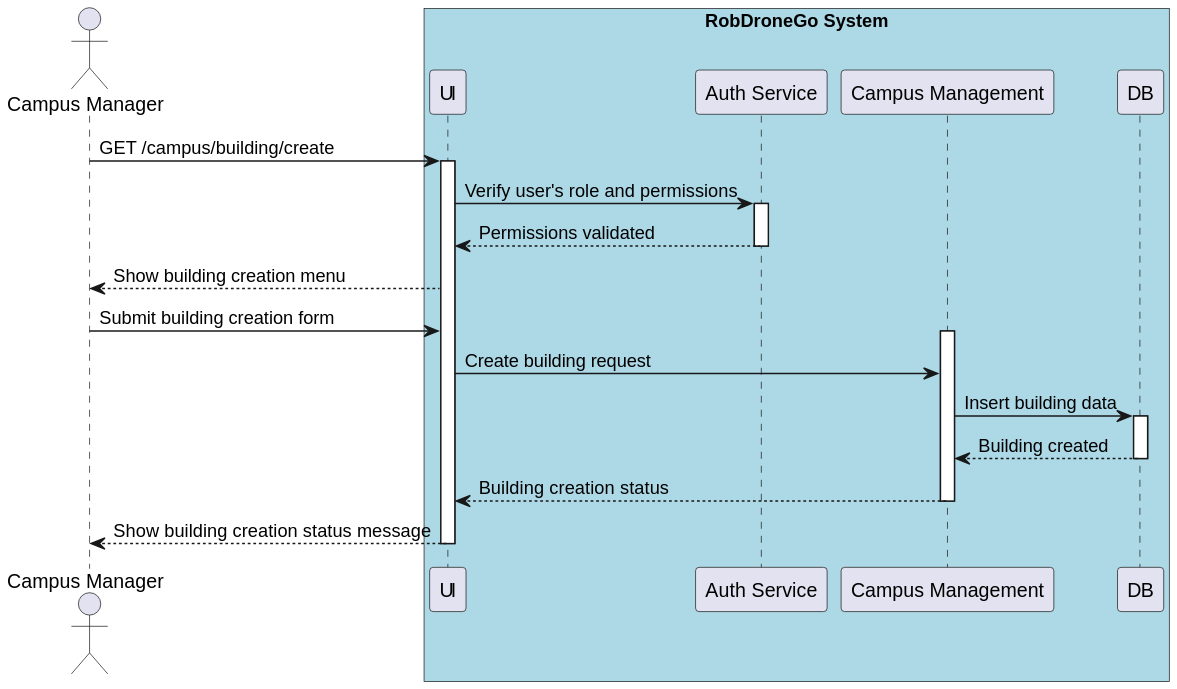
Earlier version of the PlantUML export docs/US/ID-1160/SD Lv2.svg (winqus/RobDroneGo).
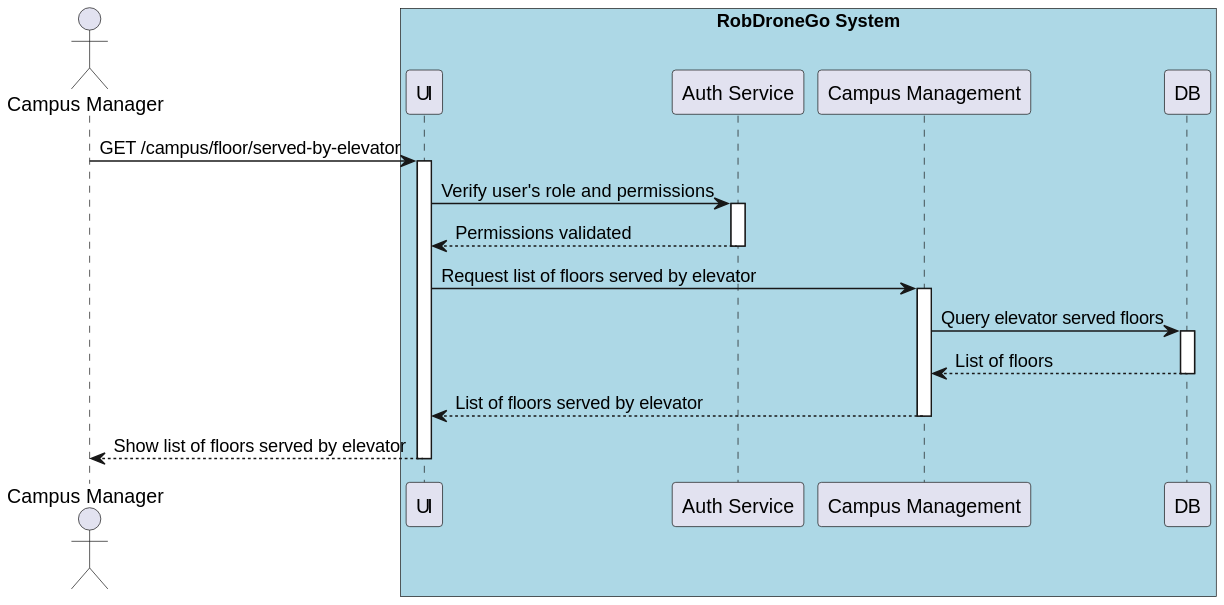
Above is the later version.

Diff of the diagram source:
```diff
@@ -8,7 +8,7 @@
     participant "DB" as DB
 end box
 
-user -> UI : GET /campus/building/create
+user -> UI : GET /campus/floor/served-by-elevator
 
 activate UI
 UI -> Auth : Verify user's role and permissions
@@ -16,21 +16,18 @@
 Auth --> UI : Permissions validated
 deactivate Auth
 
-UI --> user : Show building creation menu
+UI -> CampusMgmt : Request list of floors served by elevator
+activate CampusMgmt
 
-user -> UI : Submit building creation form
-activate CampusMgmt
-UI -> CampusMgmt : Create building request
-
-CampusMgmt -> DB : Insert building data
+CampusMgmt -> DB : Query elevator served floors
 activate DB
-DB --> CampusMgmt : Building created
+DB --> CampusMgmt : List of floors
 deactivate DB
 
-CampusMgmt --> UI : Building creation status
+CampusMgmt --> UI : List of floors served by elevator
 deactivate CampusMgmt
 
-UI --> user : Show building creation status message
+UI --> user : Show list of floors served by elevator
 deactivate UI
 
 @enduml
```
